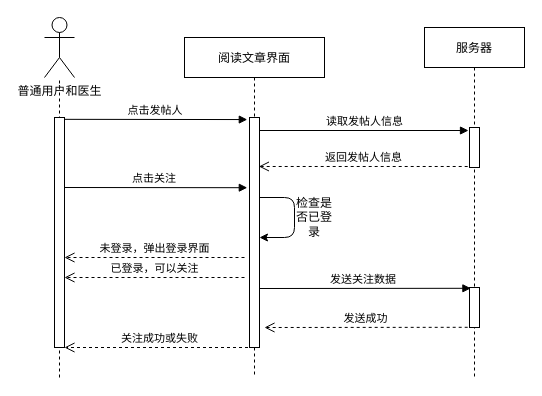
Earlier version of the draw.io diagram 关注用户功能时序图.drawio (Darius-H/Diagram-Folder). Source tidied: cells renumbered, new cells numbered last; positions are measured from the earlier drawing's top-left corner, leaving out a move shared by most shapes. Both pictures are drawn from the tidied source at 100%, with x=0, y=0 at pixel (44, 17).
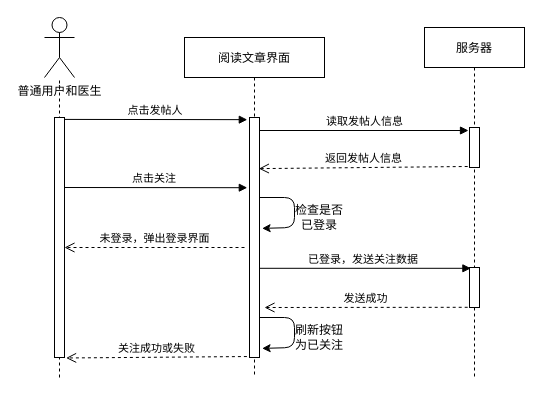
The same diagram, later.

Unchanged cells that the change refers to:
```xml
<mxCell id="2" value="阅读文章界面" style="shape=umlLifeline;perimeter=lifelinePerimeter;rounded=0;shadow=0;strokeWidth=1;" parent="1" vertex="1">
  <mxGeometry x="140" y="20" width="140" height="340" as="geometry" />
</mxCell>
<mxCell id="5" value="服务器" style="shape=umlLifeline;perimeter=lifelinePerimeter;rounded=0;shadow=0;strokeWidth=1;" parent="1" vertex="1">
  <mxGeometry x="380" y="10" width="100" height="350" as="geometry" />
</mxCell>
```

What changed in the source:
```diff
@@
     <mxCell id="3" style="points=[];perimeter=orthogonalPerimeter;rounded=0;shadow=0;strokeWidth=1;" parent="2" vertex="1">
-      <mxGeometry x="65" y="80" width="10" height="230" as="geometry" />
+      <mxGeometry x="65" y="80" width="10" height="240" as="geometry" />
     </mxCell>
-    <mxCell id="4" style="endArrow=classic;html=1;" parent="2" edge="1">
+    <mxCell id="4" style="endArrow=classic;html=1;entryX=1.26;entryY=0.462;entryDx=0;entryDy=0;entryPerimeter=0;" parent="2" edge="1" target="3">
       <mxGeometry relative="1" as="geometry">
         <mxPoint x="75" y="160" as="sourcePoint" />
-        <mxPoint x="75" y="200" as="targetPoint" />
         <Array as="points">
           <mxPoint x="110" y="160" />
-          <mxPoint x="110" y="200" />
+          <mxPoint x="110" y="190" />
         </Array>
       </mxGeometry>
     </mxCell>
@@
     <mxCell id="6" style="points=[];perimeter=orthogonalPerimeter;rounded=0;shadow=0;strokeWidth=1;" parent="5" vertex="1">
-      <mxGeometry x="45" y="260" width="10" height="40" as="geometry" />
+      <mxGeometry x="45" y="240" width="10" height="40" as="geometry" />
     </mxCell>
@@
     <mxCell id="10" style="html=1;points=[];perimeter=orthogonalPerimeter;fontFamily=Helvetica;" parent="1" vertex="1">
-      <mxGeometry x="10" y="100" width="10" height="230" as="geometry" />
+      <mxGeometry x="10" y="100" width="10" height="240" as="geometry" />
     </mxCell>
@@
-    <mxCell id="12" value="关注成功或失败" style="html=1;verticalAlign=bottom;endArrow=open;dashed=1;endSize=8;fontFamily=Helvetica;" parent="1" edge="1" source="2">
-      <mxGeometry relative="1" as="geometry">
-        <mxPoint x="20" y="330" as="targetPoint" />
-      </mxGeometry>
+    <mxCell id="12" value="关注成功或失败" style="html=1;verticalAlign=bottom;endArrow=open;dashed=1;endSize=8;fontFamily=Helvetica;exitX=-0.26;exitY=0.996;exitDx=0;exitDy=0;exitPerimeter=0;entryX=1.16;entryY=1.002;entryDx=0;entryDy=0;entryPerimeter=0;" parent="1" edge="1" source="3" target="10">
+      <mxGeometry relative="1" as="geometry" />
     </mxCell>
-    <mxCell id="13" value="已登录，可以关注" style="html=1;verticalAlign=bottom;endArrow=open;dashed=1;endSize=8;fontFamily=Helvetica;entryX=1;entryY=0.217;entryDx=0;entryDy=0;entryPerimeter=0;" parent="1" edge="1">
-      <mxGeometry relative="1" as="geometry">
-        <mxPoint x="200" y="260" as="sourcePoint" />
-        <mxPoint x="20" y="260" as="targetPoint" />
-      </mxGeometry>
-    </mxCell>
     <mxCell id="14" value="检查是否已登录" style="text;html=1;strokeColor=none;fillColor=none;align=center;verticalAlign=middle;whiteSpace=wrap;rounded=0;" parent="1" vertex="1">
-      <mxGeometry x="250" y="190" width="40" height="20" as="geometry" />
+      <mxGeometry x="250" y="190" width="50" height="20" as="geometry" />
     </mxCell>
@@
-    <mxCell id="16" value="发送关注数据" style="verticalAlign=bottom;endArrow=block;shadow=0;strokeWidth=1;entryX=0.14;entryY=0.02;entryDx=0;entryDy=0;entryPerimeter=0;" parent="1" edge="1" target="6">
-      <mxGeometry x="-0.02" relative="1" as="geometry">
-        <mxPoint x="215" y="271" as="sourcePoint" />
-      </mxGeometry>
+    <mxCell id="16" value="已登录，发送关注数据" style="verticalAlign=bottom;endArrow=block;shadow=0;strokeWidth=1;entryX=0.14;entryY=0.02;entryDx=0;entryDy=0;entryPerimeter=0;" parent="1" edge="1" source="3" target="6">
+      <mxGeometry x="-0.02" relative="1" as="geometry" />
     </mxCell>
     <mxCell id="17" value="发送成功" style="html=1;verticalAlign=bottom;endArrow=open;dashed=1;endSize=8;fontFamily=Helvetica;exitX=-0.18;exitY=0.995;exitDx=0;exitDy=0;exitPerimeter=0;" parent="1" edge="1" source="6">
       <mxGeometry relative="1" as="geometry">
-        <mxPoint x="220" y="310" as="targetPoint" />
+        <mxPoint x="220" y="290" as="targetPoint" />
       </mxGeometry>
     </mxCell>
@@
     <mxCell id="20" value="未登录，弹出登录界面" style="html=1;verticalAlign=bottom;endArrow=open;dashed=1;endSize=8;fontFamily=Helvetica;entryX=1;entryY=0.217;entryDx=0;entryDy=0;entryPerimeter=0;" parent="1" edge="1">
       <mxGeometry relative="1" as="geometry">
-        <mxPoint x="200" y="240" as="sourcePoint" />
-        <mxPoint x="20" y="240" as="targetPoint" />
+        <mxPoint x="200" y="230" as="sourcePoint" />
+        <mxPoint x="20" y="230" as="targetPoint" />
       </mxGeometry>
     </mxCell>
+    <mxCell id="21" style="endArrow=classic;html=1;entryX=1.26;entryY=0.462;entryDx=0;entryDy=0;entryPerimeter=0;" parent="1" edge="1">
+      <mxGeometry relative="1" as="geometry">
+        <mxPoint x="215" y="300" as="sourcePoint" />
+        <mxPoint x="217.6" y="330.9" as="targetPoint" />
+        <Array as="points">
+          <mxPoint x="250" y="300" />
+          <mxPoint x="250" y="330" />
+        </Array>
+      </mxGeometry>
+    </mxCell>
+    <mxCell id="22" value="刷新按钮为已关注" style="text;html=1;strokeColor=none;fillColor=none;align=center;verticalAlign=middle;whiteSpace=wrap;rounded=0;" parent="1" vertex="1">
+      <mxGeometry x="250" y="310" width="50" height="20" as="geometry" />
+    </mxCell>
```
